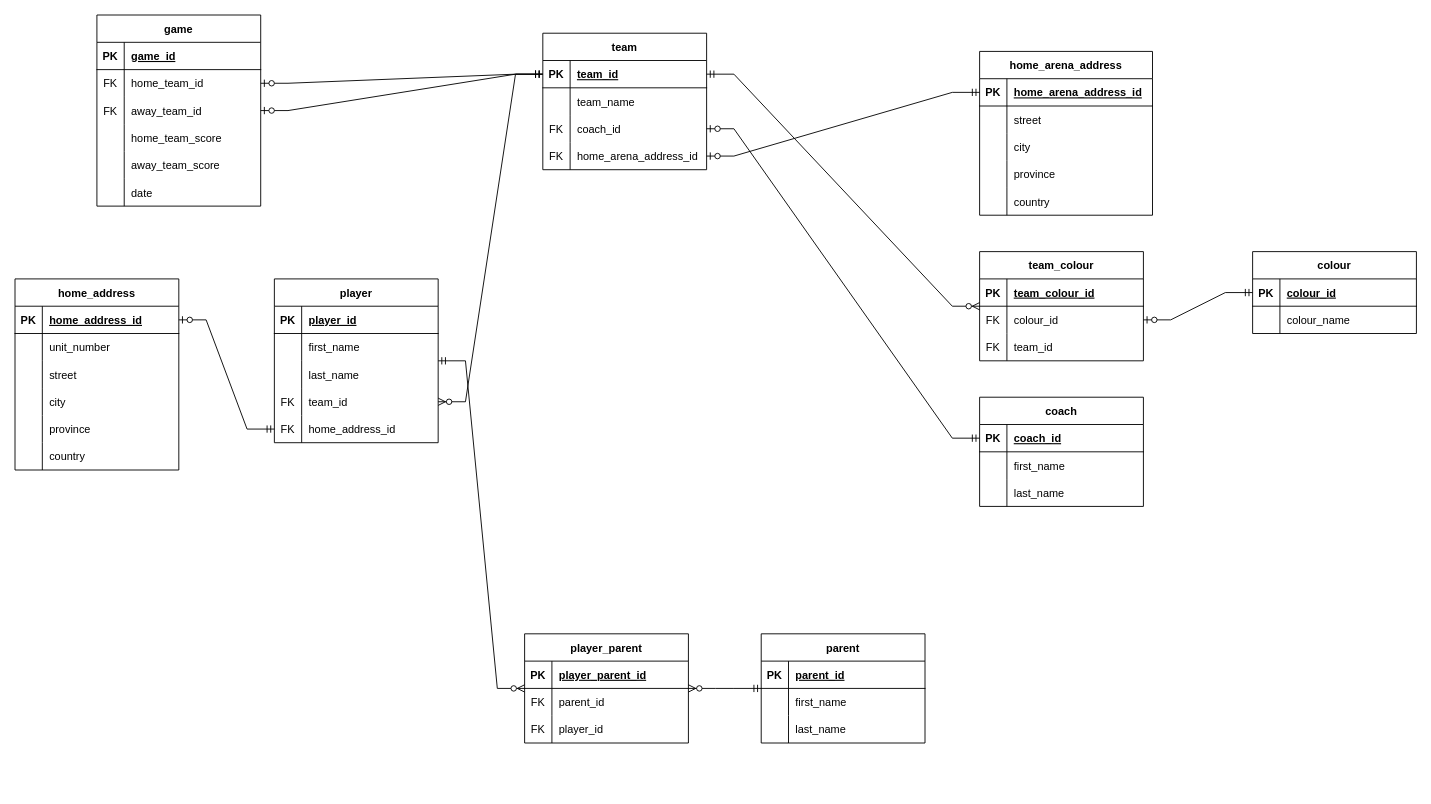
This is week 4/Hockey_database_Good_Design.drawio from iliaamiri/comp-2350-web-database-draw.io, a draw.io file, before an edit. Source tidied: cells renumbered, new cells numbered last; positions are measured from the earlier drawing's top-left corner, leaving out a move shared by most shapes. Both pictures are drawn from the tidied source at 91%, with x=0, y=0 at pixel (15, 15).
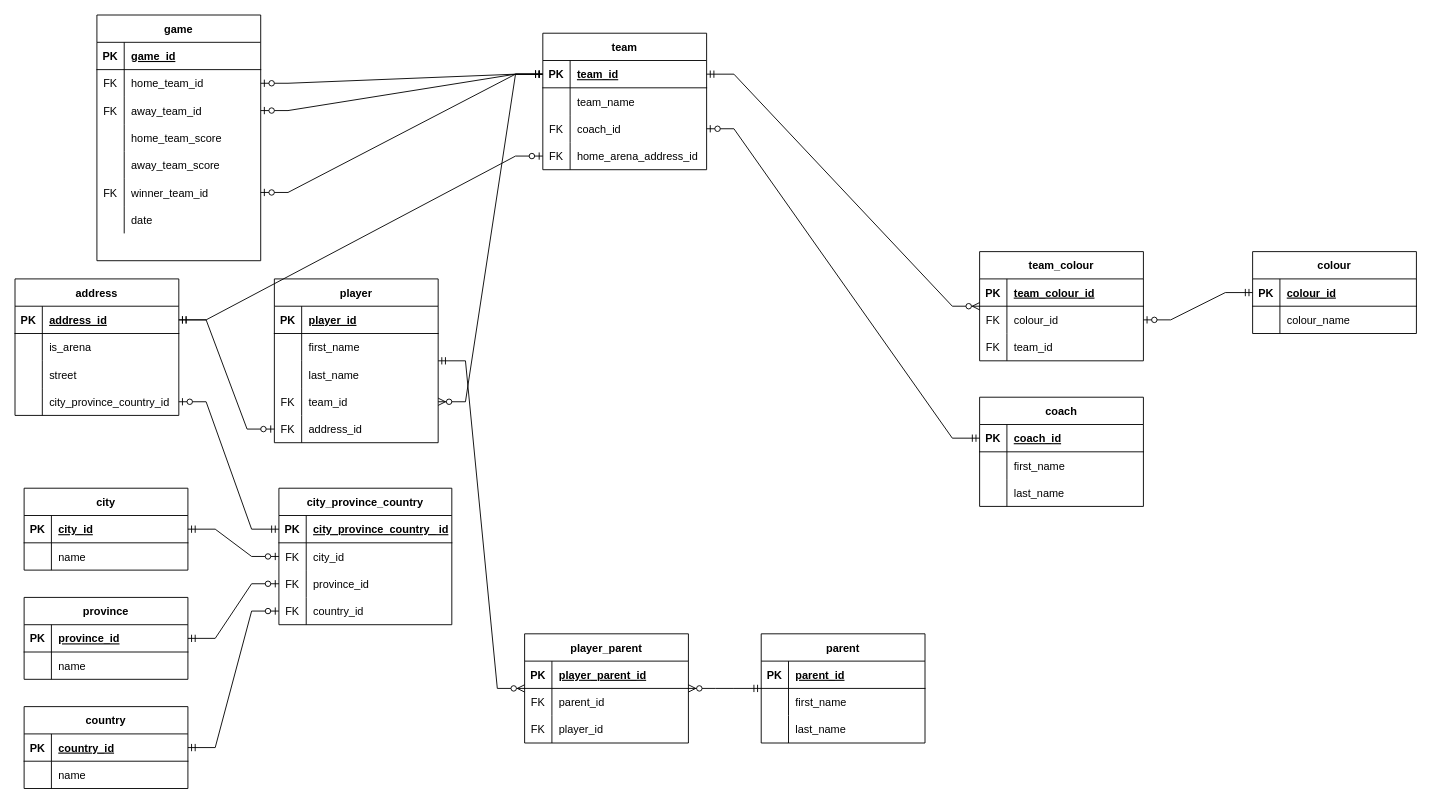
After the change.

The change refers to these unchanged cells:
```xml
<mxCell id="3" style="shape=tableRow;horizontal=0;startSize=0;swimlaneHead=0;swimlaneBody=0;fillColor=none;points=[[0,0.5],[1,0.5]];portConstraint=eastwest;top=0;left=0;right=0;bottom=1;" parent="2" vertex="1">
  <mxGeometry y="30" width="180" height="30" as="geometry" />
</mxCell>
<mxCell id="12" style="shape=tableRow;horizontal=0;startSize=0;swimlaneHead=0;swimlaneBody=0;fillColor=none;points=[[0,0.5],[1,0.5]];portConstraint=eastwest;top=0;left=0;right=0;bottom=0;" parent="2" vertex="1">
  <mxGeometry y="120" width="180" height="30" as="geometry" />
</mxCell>
<mxCell id="66" style="shape=tableRow;horizontal=0;startSize=0;swimlaneHead=0;swimlaneBody=0;fillColor=none;points=[[0,0.5],[1,0.5]];portConstraint=eastwest;top=0;left=0;right=0;bottom=0;" parent="53" vertex="1">
  <mxGeometry y="150" width="180" height="30" as="geometry" />
</mxCell>
<mxCell id="90" style="shape=tableRow;horizontal=0;startSize=0;swimlaneHead=0;swimlaneBody=0;fillColor=none;points=[[0,0.5],[1,0.5]];portConstraint=eastwest;top=0;left=0;right=0;bottom=1;" parent="89" vertex="1">
  <mxGeometry y="30" width="180" height="30" as="geometry" />
</mxCell>
<mxCell id="93" style="shape=tableRow;horizontal=0;startSize=0;swimlaneHead=0;swimlaneBody=0;fillColor=none;top=0;left=0;right=0;bottom=0;" parent="89" vertex="1">
  <mxGeometry y="60" width="180" height="30" as="geometry" />
</mxCell>
```

What changed in the source:
```diff
@@
-    <mxCell id="25" value="home_arena_address" style="shape=table;startSize=30;childLayout=tableLayout;rowLines=0;fontStyle=1;align=center;" parent="1" vertex="1">
-      <mxGeometry x="1060" y="40" width="190" height="180" as="geometry" />
-    </mxCell>
-    <mxCell id="26" style="shape=tableRow;horizontal=0;startSize=0;swimlaneHead=0;swimlaneBody=0;fillColor=none;points=[[0,0.5],[1,0.5]];portConstraint=eastwest;top=0;left=0;right=0;bottom=1;" parent="25" vertex="1">
-      <mxGeometry y="30" width="190" height="30" as="geometry" />
-    </mxCell>
-    <mxCell id="27" value="PK" style="shape=partialRectangle;fillColor=none;top=0;left=0;bottom=0;right=0;fontStyle=1;overflow=hidden;" parent="26" vertex="1">
-      <mxGeometry width="30" height="30" as="geometry" />
-    </mxCell>
-    <mxCell id="28" value="home_arena_address_id" style="shape=partialRectangle;fillColor=none;top=0;left=0;bottom=0;right=0;align=left;spacingLeft=6;fontStyle=5;overflow=hidden;" parent="26" vertex="1">
-      <mxGeometry x="30" width="160" height="30" as="geometry" />
-    </mxCell>
-    <mxCell id="29" style="shape=tableRow;horizontal=0;startSize=0;swimlaneHead=0;swimlaneBody=0;fillColor=none;points=[[0,0.5],[1,0.5]];portConstraint=eastwest;top=0;left=0;right=0;bottom=0;" parent="25" vertex="1">
-      <mxGeometry y="60" width="190" height="30" as="geometry" />
-    </mxCell>
-    <mxCell id="30" style="shape=partialRectangle;fillColor=none;top=0;left=0;bottom=0;right=0;overflow=hidden;" parent="29" vertex="1">
-      <mxGeometry width="30" height="30" as="geometry" />
-    </mxCell>
-    <mxCell id="31" value="street" style="shape=partialRectangle;fillColor=none;top=0;left=0;bottom=0;right=0;align=left;spacingLeft=6;overflow=hidden;" parent="29" vertex="1">
-      <mxGeometry x="30" width="160" height="30" as="geometry" />
-    </mxCell>
-    <mxCell id="32" style="shape=tableRow;horizontal=0;startSize=0;swimlaneHead=0;swimlaneBody=0;fillColor=none;points=[[0,0.5],[1,0.5]];portConstraint=eastwest;top=0;left=0;right=0;bottom=0;" parent="25" vertex="1">
-      <mxGeometry y="90" width="190" height="30" as="geometry" />
-    </mxCell>
-    <mxCell id="33" style="shape=partialRectangle;fillColor=none;top=0;left=0;bottom=0;right=0;overflow=hidden;" parent="32" vertex="1">
-      <mxGeometry width="30" height="30" as="geometry" />
-    </mxCell>
-    <mxCell id="34" value="city" style="shape=partialRectangle;fillColor=none;top=0;left=0;bottom=0;right=0;align=left;spacingLeft=6;overflow=hidden;" parent="32" vertex="1">
-      <mxGeometry x="30" width="160" height="30" as="geometry" />
-    </mxCell>
-    <mxCell id="35" style="shape=tableRow;horizontal=0;startSize=0;swimlaneHead=0;swimlaneBody=0;fillColor=none;points=[[0,0.5],[1,0.5]];portConstraint=eastwest;top=0;left=0;right=0;bottom=0;" parent="25" vertex="1">
-      <mxGeometry y="120" width="190" height="30" as="geometry" />
-    </mxCell>
-    <mxCell id="36" style="shape=partialRectangle;fillColor=none;top=0;left=0;bottom=0;right=0;overflow=hidden;" parent="35" vertex="1">
-      <mxGeometry width="30" height="30" as="geometry" />
-    </mxCell>
-    <mxCell id="37" value="province" style="shape=partialRectangle;fillColor=none;top=0;left=0;bottom=0;right=0;align=left;spacingLeft=6;overflow=hidden;" parent="35" vertex="1">
-      <mxGeometry x="30" width="160" height="30" as="geometry" />
-    </mxCell>
-    <mxCell id="38" style="shape=tableRow;horizontal=0;startSize=0;swimlaneHead=0;swimlaneBody=0;fillColor=none;top=0;left=0;right=0;bottom=0;" parent="25" vertex="1">
-      <mxGeometry y="150" width="190" height="30" as="geometry" />
-    </mxCell>
-    <mxCell id="39" style="shape=partialRectangle;fillColor=none;top=0;left=0;bottom=0;right=0;overflow=hidden;" parent="38" vertex="1">
-      <mxGeometry width="30" height="30" as="geometry" />
-    </mxCell>
-    <mxCell id="40" value="country" style="shape=partialRectangle;fillColor=none;top=0;left=0;bottom=0;right=0;align=left;spacingLeft=6;overflow=hidden;" parent="38" vertex="1">
-      <mxGeometry x="30" width="160" height="30" as="geometry" />
-    </mxCell>
@@
-    <mxCell id="68" value="home_address_id" style="shape=partialRectangle;fillColor=none;top=0;left=0;bottom=0;right=0;align=left;spacingLeft=6;fontStyle=0;overflow=hidden;" parent="66" vertex="1">
+    <mxCell id="68" value="address_id" style="shape=partialRectangle;fillColor=none;top=0;left=0;bottom=0;right=0;align=left;spacingLeft=6;fontStyle=0;overflow=hidden;" parent="66" vertex="1">
       <mxGeometry x="30" width="150" height="30" as="geometry" />
     </mxCell>
@@
-    <mxCell id="89" value="home_address" style="shape=table;startSize=30;childLayout=tableLayout;rowLines=0;fontStyle=1;align=center;" parent="1" vertex="1">
-      <mxGeometry y="290" width="180" height="210" as="geometry" />
+    <mxCell id="89" value="address" style="shape=table;startSize=30;childLayout=tableLayout;rowLines=0;fontStyle=1;align=center;" parent="1" vertex="1">
+      <mxGeometry y="290" width="180" height="150" as="geometry" />
     </mxCell>
@@
-    <mxCell id="92" value="home_address_id" style="shape=partialRectangle;fillColor=none;top=0;left=0;bottom=0;right=0;align=left;spacingLeft=6;fontStyle=5;overflow=hidden;" parent="90" vertex="1">
+    <mxCell id="92" value="address_id" style="shape=partialRectangle;fillColor=none;top=0;left=0;bottom=0;right=0;align=left;spacingLeft=6;fontStyle=5;overflow=hidden;" parent="90" vertex="1">
       <mxGeometry x="30" width="150" height="30" as="geometry" />
     </mxCell>
@@
-    <mxCell id="95" value="unit_number" style="shape=partialRectangle;fillColor=none;top=0;left=0;bottom=0;right=0;align=left;spacingLeft=6;overflow=hidden;" parent="93" vertex="1">
+    <mxCell id="95" value="is_arena" style="shape=partialRectangle;fillColor=none;top=0;left=0;bottom=0;right=0;align=left;spacingLeft=6;overflow=hidden;" parent="93" vertex="1">
       <mxGeometry x="30" width="150" height="30" as="geometry" />
     </mxCell>
@@
-    <mxCell id="99" style="shape=tableRow;horizontal=0;startSize=0;swimlaneHead=0;swimlaneBody=0;fillColor=none;top=0;left=0;right=0;bottom=0;" parent="89" vertex="1">
-      <mxGeometry y="120" width="180" height="30" as="geometry" />
-    </mxCell>
-    <mxCell id="100" style="shape=partialRectangle;fillColor=none;top=0;left=0;bottom=0;right=0;overflow=hidden;" parent="99" vertex="1">
-      <mxGeometry width="30" height="30" as="geometry" />
-    </mxCell>
-    <mxCell id="101" value="city" style="shape=partialRectangle;fillColor=none;top=0;left=0;bottom=0;right=0;align=left;spacingLeft=6;overflow=hidden;" parent="99" vertex="1">
-      <mxGeometry x="30" width="150" height="30" as="geometry" />
-    </mxCell>
     <mxCell id="102" style="shape=tableRow;horizontal=0;startSize=0;swimlaneHead=0;swimlaneBody=0;fillColor=none;points=[[0,0.5],[1,0.5]];portConstraint=eastwest;top=0;left=0;right=0;bottom=0;" parent="89" vertex="1">
-      <mxGeometry y="150" width="180" height="30" as="geometry" />
+      <mxGeometry y="120" width="180" height="30" as="geometry" />
     </mxCell>
@@
-    <mxCell id="104" value="province" style="shape=partialRectangle;fillColor=none;top=0;left=0;bottom=0;right=0;align=left;spacingLeft=6;overflow=hidden;" parent="102" vertex="1">
+    <mxCell id="104" value="city_province_country_id" style="shape=partialRectangle;fillColor=none;top=0;left=0;bottom=0;right=0;align=left;spacingLeft=6;overflow=hidden;" parent="102" vertex="1">
       <mxGeometry x="30" width="150" height="30" as="geometry" />
     </mxCell>
-    <mxCell id="105" style="shape=tableRow;horizontal=0;startSize=0;swimlaneHead=0;swimlaneBody=0;fillColor=none;points=[[0,0.5],[1,0.5]];portConstraint=eastwest;top=0;left=0;right=0;bottom=0;" parent="89" vertex="1">
-      <mxGeometry y="180" width="180" height="30" as="geometry" />
-    </mxCell>
-    <mxCell id="106" style="shape=partialRectangle;fillColor=none;top=0;left=0;bottom=0;right=0;overflow=hidden;" parent="105" vertex="1">
-      <mxGeometry width="30" height="30" as="geometry" />
-    </mxCell>
-    <mxCell id="107" value="country" style="shape=partialRectangle;fillColor=none;top=0;left=0;bottom=0;right=0;align=left;spacingLeft=6;overflow=hidden;" parent="105" vertex="1">
-      <mxGeometry x="30" width="150" height="30" as="geometry" />
-    </mxCell>
-    <mxCell id="108" style="edgeStyle=entityRelationEdgeStyle;fontSize=12;html=1;endArrow=ERzeroToOne;startArrow=ERmandOne;rounded=0;exitX=0;exitY=0.5;exitDx=0;exitDy=0;" parent="1" edge="1" source="66" target="90">
+    <mxCell id="108" style="edgeStyle=entityRelationEdgeStyle;fontSize=12;html=1;endArrow=ERzeroToOne;startArrow=ERmandOne;rounded=0;" parent="1" edge="1" source="90" target="66">
       <mxGeometry relative="1" as="geometry" />
     </mxCell>
@@
-    <mxCell id="112" style="edgeStyle=entityRelationEdgeStyle;fontSize=12;html=1;endArrow=ERzeroToOne;startArrow=ERmandOne;rounded=0;" parent="1" edge="1" source="26" target="12">
-      <mxGeometry relative="1" as="geometry" />
-    </mxCell>
     <mxCell id="113" value="game" style="shape=table;startSize=30;childLayout=tableLayout;rowLines=0;fontStyle=1;align=center;" parent="1" vertex="1">
-      <mxGeometry x="90" width="180" height="210" as="geometry" />
+      <mxGeometry x="90" width="180" height="270" as="geometry" />
     </mxCell>
@@
+    <mxCell id="105" style="shape=tableRow;horizontal=0;startSize=0;swimlaneHead=0;swimlaneBody=0;fillColor=none;points=[[0,0.5],[1,0.5]];portConstraint=eastwest;top=0;left=0;right=0;bottom=0;" parent="113" vertex="1">
+      <mxGeometry y="180" width="180" height="30" as="geometry" />
+    </mxCell>
+    <mxCell id="142" value="FK" style="shape=partialRectangle;fillColor=none;top=0;left=0;bottom=0;right=0;overflow=hidden;" parent="105" vertex="1">
+      <mxGeometry width="30" height="30" as="geometry" />
+    </mxCell>
+    <mxCell id="143" value="winner_team_id" style="shape=partialRectangle;fillColor=none;top=0;left=0;bottom=0;right=0;align=left;spacingLeft=6;overflow=hidden;" parent="105" vertex="1">
+      <mxGeometry x="30" width="150" height="30" as="geometry" />
+    </mxCell>
     <mxCell id="129" style="shape=tableRow;horizontal=0;startSize=0;swimlaneHead=0;swimlaneBody=0;fillColor=none;top=0;left=0;right=0;bottom=0;" parent="113" vertex="1">
-      <mxGeometry y="180" width="180" height="30" as="geometry" />
+      <mxGeometry y="210" width="180" height="30" as="geometry" />
     </mxCell>
@@
+    <mxCell id="144" value="country" style="shape=table;startSize=30;childLayout=tableLayout;rowLines=0;fontStyle=1;align=center;" parent="1" vertex="1">
+      <mxGeometry x="10" y="760" width="180" height="90" as="geometry" />
+    </mxCell>
+    <mxCell id="145" style="shape=tableRow;horizontal=0;startSize=0;swimlaneHead=0;swimlaneBody=0;fillColor=none;points=[[0,0.5],[1,0.5]];portConstraint=eastwest;top=0;left=0;right=0;bottom=1;" parent="144" vertex="1">
+      <mxGeometry y="30" width="180" height="30" as="geometry" />
+    </mxCell>
+    <mxCell id="146" value="PK" style="shape=partialRectangle;fillColor=none;top=0;left=0;bottom=0;right=0;fontStyle=1;overflow=hidden;" parent="145" vertex="1">
+      <mxGeometry width="30" height="30" as="geometry" />
+    </mxCell>
+    <mxCell id="147" value="country_id" style="shape=partialRectangle;fillColor=none;top=0;left=0;bottom=0;right=0;align=left;spacingLeft=6;fontStyle=5;overflow=hidden;" parent="145" vertex="1">
+      <mxGeometry x="30" width="150" height="30" as="geometry" />
+    </mxCell>
+    <mxCell id="148" style="shape=tableRow;horizontal=0;startSize=0;swimlaneHead=0;swimlaneBody=0;fillColor=none;top=0;left=0;right=0;bottom=0;" parent="144" vertex="1">
+      <mxGeometry y="60" width="180" height="30" as="geometry" />
+    </mxCell>
+    <mxCell id="149" style="shape=partialRectangle;fillColor=none;top=0;left=0;bottom=0;right=0;overflow=hidden;" parent="148" vertex="1">
+      <mxGeometry width="30" height="30" as="geometry" />
+    </mxCell>
+    <mxCell id="150" value="name" style="shape=partialRectangle;fillColor=none;top=0;left=0;bottom=0;right=0;align=left;spacingLeft=6;overflow=hidden;" parent="148" vertex="1">
+      <mxGeometry x="30" width="150" height="30" as="geometry" />
+    </mxCell>
+    <mxCell id="151" value="city_province_country" style="shape=table;startSize=30;childLayout=tableLayout;rowLines=0;fontStyle=1;align=center;" parent="1" vertex="1">
+      <mxGeometry x="290" y="520" width="190" height="150" as="geometry" />
+    </mxCell>
+    <mxCell id="26" style="shape=tableRow;horizontal=0;startSize=0;swimlaneHead=0;swimlaneBody=0;fillColor=none;points=[[0,0.5],[1,0.5]];portConstraint=eastwest;top=0;left=0;right=0;bottom=1;" parent="151" vertex="1">
+      <mxGeometry y="30" width="190" height="30" as="geometry" />
+    </mxCell>
+    <mxCell id="152" value="PK" style="shape=partialRectangle;fillColor=none;top=0;left=0;bottom=0;right=0;fontStyle=1;overflow=hidden;" parent="26" vertex="1">
+      <mxGeometry width="30" height="30" as="geometry" />
+    </mxCell>
+    <mxCell id="153" value="city_province_country_ id" style="shape=partialRectangle;fillColor=none;top=0;left=0;bottom=0;right=0;align=left;spacingLeft=6;fontStyle=5;overflow=hidden;" parent="26" vertex="1">
+      <mxGeometry x="30" width="160" height="30" as="geometry" />
+    </mxCell>
+    <mxCell id="29" style="shape=tableRow;horizontal=0;startSize=0;swimlaneHead=0;swimlaneBody=0;fillColor=none;points=[[0,0.5],[1,0.5]];portConstraint=eastwest;top=0;left=0;right=0;bottom=0;" parent="151" vertex="1">
+      <mxGeometry y="60" width="190" height="30" as="geometry" />
+    </mxCell>
+    <mxCell id="154" value="FK" style="shape=partialRectangle;fillColor=none;top=0;left=0;bottom=0;right=0;overflow=hidden;" parent="29" vertex="1">
+      <mxGeometry width="30" height="30" as="geometry" />
+    </mxCell>
+    <mxCell id="155" value="city_id" style="shape=partialRectangle;fillColor=none;top=0;left=0;bottom=0;right=0;align=left;spacingLeft=6;overflow=hidden;" parent="29" vertex="1">
+      <mxGeometry x="30" width="160" height="30" as="geometry" />
+    </mxCell>
+    <mxCell id="32" style="shape=tableRow;horizontal=0;startSize=0;swimlaneHead=0;swimlaneBody=0;fillColor=none;points=[[0,0.5],[1,0.5]];portConstraint=eastwest;top=0;left=0;right=0;bottom=0;" parent="151" vertex="1">
+      <mxGeometry y="90" width="190" height="30" as="geometry" />
+    </mxCell>
+    <mxCell id="156" value="FK" style="shape=partialRectangle;fillColor=none;top=0;left=0;bottom=0;right=0;overflow=hidden;" parent="32" vertex="1">
+      <mxGeometry width="30" height="30" as="geometry" />
+    </mxCell>
+    <mxCell id="157" value="province_id" style="shape=partialRectangle;fillColor=none;top=0;left=0;bottom=0;right=0;align=left;spacingLeft=6;overflow=hidden;" parent="32" vertex="1">
+      <mxGeometry x="30" width="160" height="30" as="geometry" />
+    </mxCell>
+    <mxCell id="35" style="shape=tableRow;horizontal=0;startSize=0;swimlaneHead=0;swimlaneBody=0;fillColor=none;points=[[0,0.5],[1,0.5]];portConstraint=eastwest;top=0;left=0;right=0;bottom=0;" parent="151" vertex="1">
+      <mxGeometry y="120" width="190" height="30" as="geometry" />
+    </mxCell>
+    <mxCell id="158" value="FK" style="shape=partialRectangle;fillColor=none;top=0;left=0;bottom=0;right=0;overflow=hidden;" parent="35" vertex="1">
+      <mxGeometry width="30" height="30" as="geometry" />
+    </mxCell>
+    <mxCell id="159" value="country_id" style="shape=partialRectangle;fillColor=none;top=0;left=0;bottom=0;right=0;align=left;spacingLeft=6;overflow=hidden;" parent="35" vertex="1">
+      <mxGeometry x="30" width="160" height="30" as="geometry" />
+    </mxCell>
+    <mxCell id="37" value="province" style="shape=table;startSize=30;childLayout=tableLayout;rowLines=0;fontStyle=1;align=center;" parent="1" vertex="1">
+      <mxGeometry x="10" y="640" width="180" height="90" as="geometry" />
+    </mxCell>
+    <mxCell id="160" style="shape=tableRow;horizontal=0;startSize=0;swimlaneHead=0;swimlaneBody=0;fillColor=none;points=[[0,0.5],[1,0.5]];portConstraint=eastwest;top=0;left=0;right=0;bottom=1;" parent="37" vertex="1">
+      <mxGeometry y="30" width="180" height="30" as="geometry" />
+    </mxCell>
+    <mxCell id="161" value="PK" style="shape=partialRectangle;fillColor=none;top=0;left=0;bottom=0;right=0;fontStyle=1;overflow=hidden;" parent="160" vertex="1">
+      <mxGeometry width="30" height="30" as="geometry" />
+    </mxCell>
+    <mxCell id="162" value="province_id" style="shape=partialRectangle;fillColor=none;top=0;left=0;bottom=0;right=0;align=left;spacingLeft=6;fontStyle=5;overflow=hidden;" parent="160" vertex="1">
+      <mxGeometry x="30" width="150" height="30" as="geometry" />
+    </mxCell>
+    <mxCell id="163" style="shape=tableRow;horizontal=0;startSize=0;swimlaneHead=0;swimlaneBody=0;fillColor=none;top=0;left=0;right=0;bottom=0;" parent="37" vertex="1">
+      <mxGeometry y="60" width="180" height="30" as="geometry" />
+    </mxCell>
+    <mxCell id="164" style="shape=partialRectangle;fillColor=none;top=0;left=0;bottom=0;right=0;overflow=hidden;" parent="163" vertex="1">
+      <mxGeometry width="30" height="30" as="geometry" />
+    </mxCell>
+    <mxCell id="165" value="name" style="shape=partialRectangle;fillColor=none;top=0;left=0;bottom=0;right=0;align=left;spacingLeft=6;overflow=hidden;" parent="163" vertex="1">
+      <mxGeometry x="30" width="150" height="30" as="geometry" />
+    </mxCell>
+    <mxCell id="166" style="edgeStyle=entityRelationEdgeStyle;fontSize=12;html=1;endArrow=ERzeroToOne;startArrow=ERmandOne;rounded=0;" parent="1" edge="1" source="160" target="32">
+      <mxGeometry relative="1" as="geometry" />
+    </mxCell>
+    <mxCell id="167" style="edgeStyle=entityRelationEdgeStyle;fontSize=12;html=1;endArrow=ERzeroToOne;startArrow=ERmandOne;rounded=0;" parent="1" edge="1" source="145" target="35">
+      <mxGeometry relative="1" as="geometry" />
+    </mxCell>
+    <mxCell id="168" style="edgeStyle=entityRelationEdgeStyle;fontSize=12;html=1;endArrow=ERzeroToOne;startArrow=ERmandOne;rounded=0;" parent="1" edge="1" source="26" target="102">
+      <mxGeometry relative="1" as="geometry" />
+    </mxCell>
+    <mxCell id="169" value="city" style="shape=table;startSize=30;childLayout=tableLayout;rowLines=0;fontStyle=1;align=center;" parent="1" vertex="1">
+      <mxGeometry x="10" y="520" width="180" height="90" as="geometry" />
+    </mxCell>
+    <mxCell id="170" style="shape=tableRow;horizontal=0;startSize=0;swimlaneHead=0;swimlaneBody=0;fillColor=none;points=[[0,0.5],[1,0.5]];portConstraint=eastwest;top=0;left=0;right=0;bottom=1;" parent="169" vertex="1">
+      <mxGeometry y="30" width="180" height="30" as="geometry" />
+    </mxCell>
+    <mxCell id="171" value="PK" style="shape=partialRectangle;fillColor=none;top=0;left=0;bottom=0;right=0;fontStyle=1;overflow=hidden;" parent="170" vertex="1">
+      <mxGeometry width="30" height="30" as="geometry" />
+    </mxCell>
+    <mxCell id="172" value="city_id" style="shape=partialRectangle;fillColor=none;top=0;left=0;bottom=0;right=0;align=left;spacingLeft=6;fontStyle=5;overflow=hidden;" parent="170" vertex="1">
+      <mxGeometry x="30" width="150" height="30" as="geometry" />
+    </mxCell>
+    <mxCell id="173" style="shape=tableRow;horizontal=0;startSize=0;swimlaneHead=0;swimlaneBody=0;fillColor=none;top=0;left=0;right=0;bottom=0;" parent="169" vertex="1">
+      <mxGeometry y="60" width="180" height="30" as="geometry" />
+    </mxCell>
+    <mxCell id="174" style="shape=partialRectangle;fillColor=none;top=0;left=0;bottom=0;right=0;overflow=hidden;" parent="173" vertex="1">
+      <mxGeometry width="30" height="30" as="geometry" />
+    </mxCell>
+    <mxCell id="175" value="name" style="shape=partialRectangle;fillColor=none;top=0;left=0;bottom=0;right=0;align=left;spacingLeft=6;overflow=hidden;" parent="173" vertex="1">
+      <mxGeometry x="30" width="150" height="30" as="geometry" />
+    </mxCell>
+    <mxCell id="176" style="edgeStyle=entityRelationEdgeStyle;fontSize=12;html=1;endArrow=ERzeroToOne;startArrow=ERmandOne;rounded=0;" parent="1" edge="1" source="170" target="29">
+      <mxGeometry relative="1" as="geometry" />
+    </mxCell>
+    <mxCell id="177" style="edgeStyle=entityRelationEdgeStyle;fontSize=12;html=1;endArrow=ERzeroToOne;startArrow=ERmandOne;rounded=0;entryX=0;entryY=0.5;entryDx=0;entryDy=0;" parent="1" edge="1" source="90" target="12">
+      <mxGeometry relative="1" as="geometry" />
+    </mxCell>
+    <mxCell id="178" style="edgeStyle=entityRelationEdgeStyle;fontSize=12;html=1;endArrow=ERzeroToOne;startArrow=ERmandOne;rounded=0;" parent="1" edge="1" source="3" target="105">
+      <mxGeometry relative="1" as="geometry" />
+    </mxCell>
```
